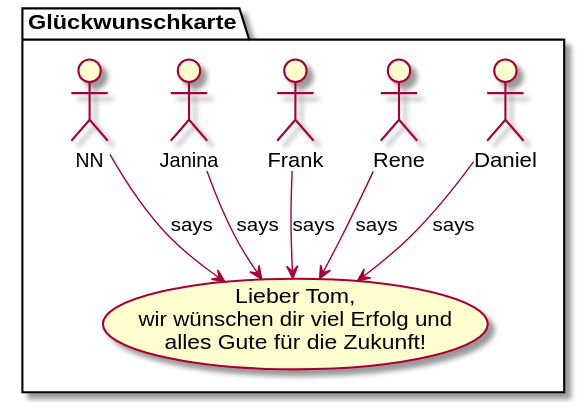
Before: rendered/greetings.svg, a diagram exported from PlantUML (dkliem/alles-gute-tom). Its diagram source:
```plantuml
@startuml
folder "Glückwunschkarte" {
    usecase goodbye [
        Lieber Tom,
        wir wünschen dir viel Erfolg und
        alles Gute für die Zukunft!
    ]

    :Daniel: --> goodbye: says
    :Rene: --> goodbye: says
    :Frank: --> goodbye: says
    :Janina: --> goodbye: says
    :NN: --> goodbye: says
}
@enduml
```
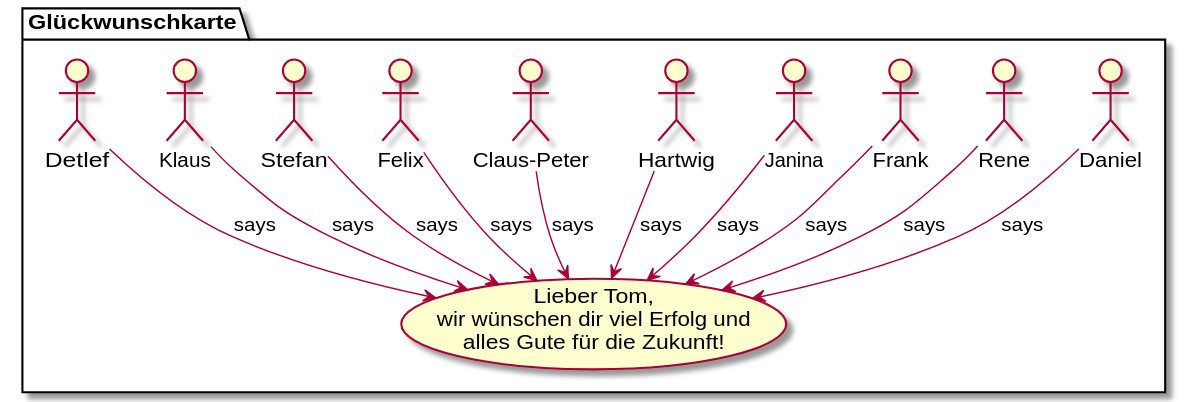
The same diagram one commit later.

The edit, as a diff of the source:
```diff
@@ -10,6 +10,12 @@
     :Rene: --> goodbye: says
     :Frank: --> goodbye: says
     :Janina: --> goodbye: says
-    :NN: --> goodbye: says
+    :Hartwig: --> goodbye: says
+    :Claus-Peter: --> goodbye: says
+    :Felix: --> goodbye: says
+    :Stefan: --> goodbye: says
+    :Klaus: --> goodbye: says
+    :Detlef: --> goodbye: says
+
 }
 @enduml
```
